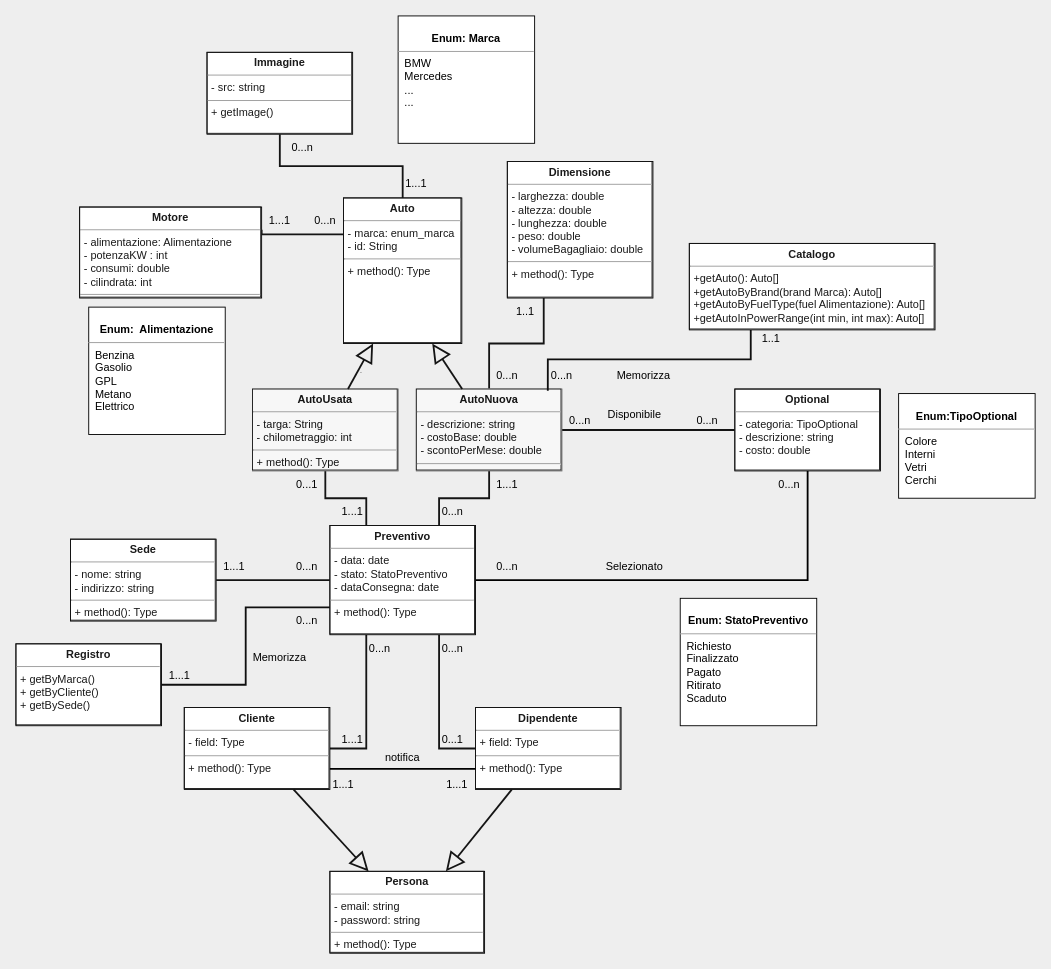
Earlier version of the draw.io diagram doc/UMLdiagram.drawio (446f6e6e79/ConfiguratoreAuto). Source tidied: cells renumbered, new cells numbered last; positions are measured from the earlier drawing's top-left corner, leaving out a move shared by most shapes. Both pictures are drawn from the tidied source at 91%, with x=0, y=0 at pixel (15, 15).
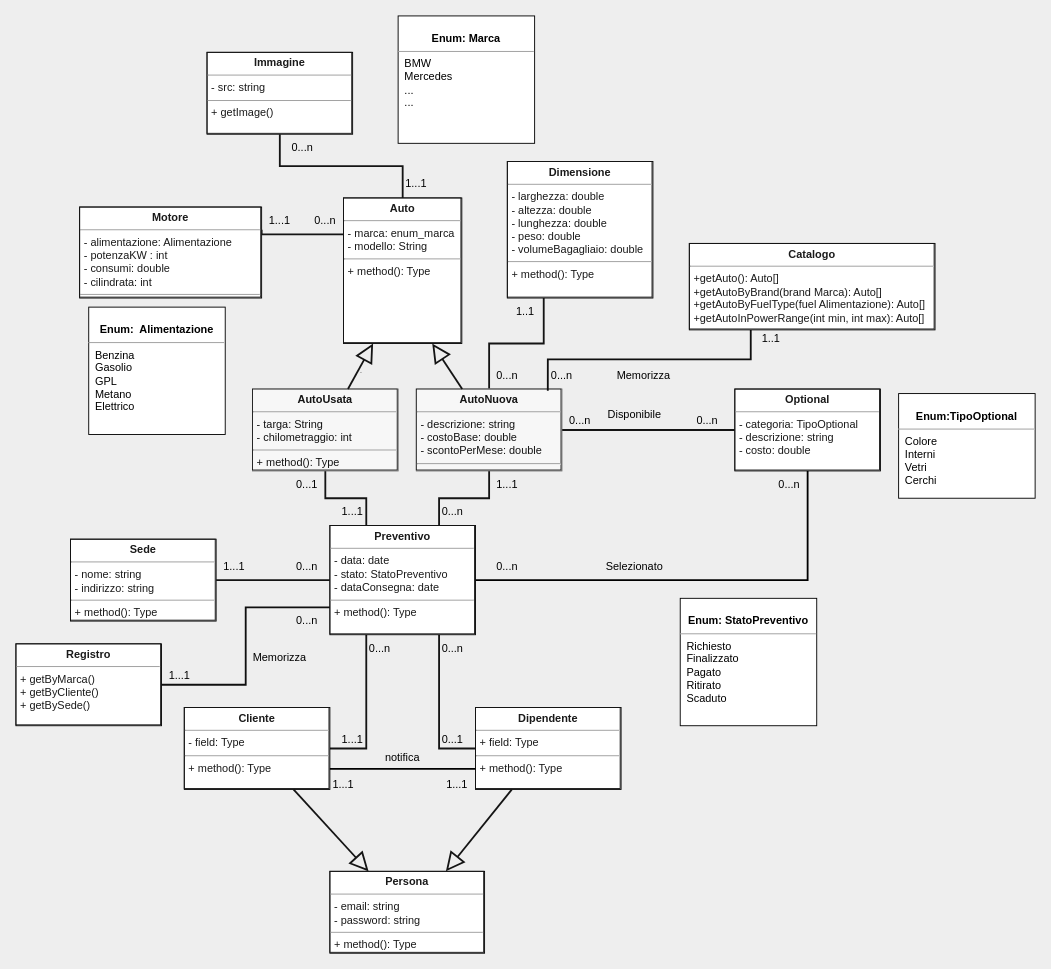
After the change.

Commit message (it also covers changes not shown here):
Creata struttura base per Auto e connessi

Diff of the diagram source:
```diff
@@
-    <mxCell id="10" value="&lt;p style=&quot;margin:0px;margin-top:4px;text-align:center;&quot;&gt;&lt;b&gt;Auto&lt;/b&gt;&lt;/p&gt;&lt;hr size=&quot;1&quot;&gt;&lt;p style=&quot;margin:0px;margin-left:4px;&quot;&gt;- marca: enum_marca&lt;/p&gt;&lt;p style=&quot;margin:0px;margin-left:4px;&quot;&gt;- id: String&lt;/p&gt;&lt;hr size=&quot;1&quot;&gt;&lt;p style=&quot;margin:0px;margin-left:4px;&quot;&gt;+ method(): Type&lt;/p&gt;" style="verticalAlign=top;align=left;overflow=fill;fontSize=12;fontFamily=Helvetica;html=1;labelBorderColor=#141414;fillColor=#FFFFFF;strokeColor=default;fontColor=#1A1A1A;rounded=0;" parent="1" vertex="1">
+    <mxCell id="10" value="&lt;p style=&quot;margin:0px;margin-top:4px;text-align:center;&quot;&gt;&lt;b&gt;Auto&lt;/b&gt;&lt;/p&gt;&lt;hr size=&quot;1&quot;&gt;&lt;p style=&quot;margin:0px;margin-left:4px;&quot;&gt;- marca: enum_marca&lt;/p&gt;&lt;p style=&quot;margin:0px;margin-left:4px;&quot;&gt;- modello: String&lt;/p&gt;&lt;hr size=&quot;1&quot;&gt;&lt;p style=&quot;margin:0px;margin-left:4px;&quot;&gt;+ method(): Type&lt;/p&gt;" style="verticalAlign=top;align=left;overflow=fill;fontSize=12;fontFamily=Helvetica;html=1;labelBorderColor=#141414;fillColor=#FFFFFF;strokeColor=default;fontColor=#1A1A1A;rounded=0;" parent="1" vertex="1">
       <mxGeometry x="360" y="200" width="130" height="160" as="geometry" />
     </mxCell>
```
